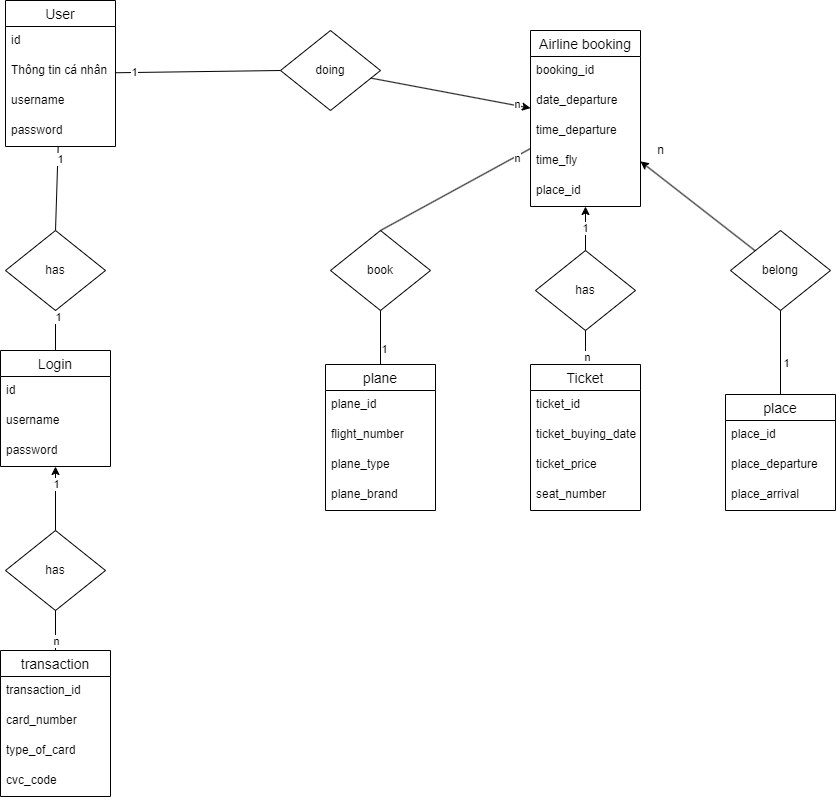
GumBox/CloudAirlineG8 keeps this draw.io diagram as Entity.drawio.png. Above is the earlier version. Source tidied: cells renumbered, new cells last; positions are measured from the earlier drawing's top-left corner, leaving out a move shared by most shapes.
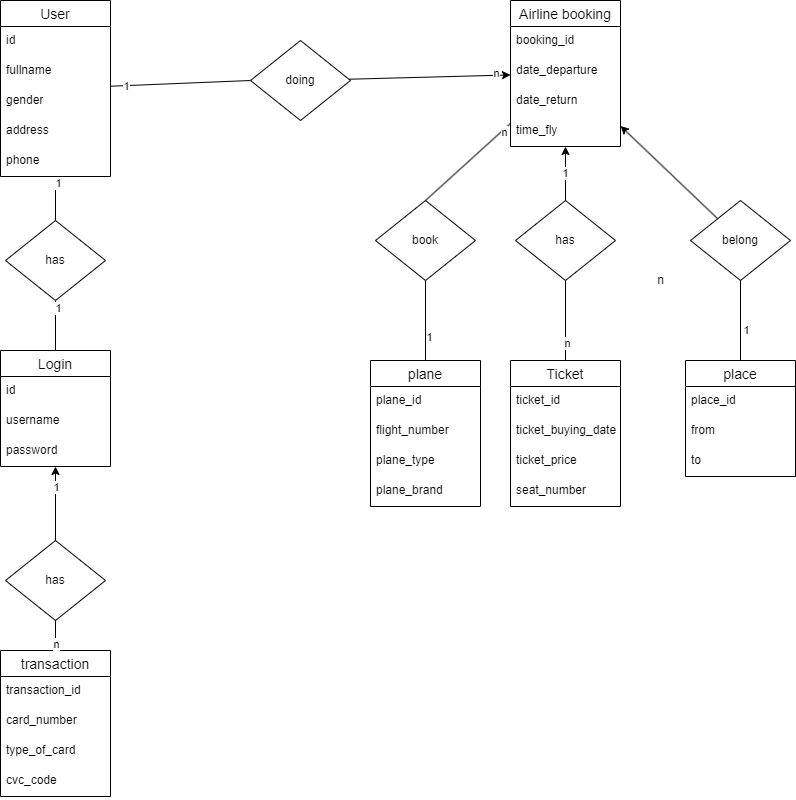
Later version of the same file.

The edit, as a diff of the source:
```diff
@@ -9,25 +9,28 @@
       <mxGeometry x="-0.77" relative="1" as="geometry" />
     </mxCell>
     <mxCell id="4" value="doing" style="rhombus;whiteSpace=wrap;html=1;" parent="1" vertex="1">
-      <mxGeometry x="280" y="30" width="100" height="80" as="geometry" />
+      <mxGeometry x="250" y="-90" width="100" height="80" as="geometry" />
     </mxCell>
     <mxCell id="5" value="User" style="swimlane;fontStyle=0;horizontal=1;startSize=26;align=center;fontSize=14;" parent="1" vertex="1">
-      <mxGeometry x="5" width="110" height="146" as="geometry" />
+      <mxGeometry y="-130" width="110" height="176" as="geometry" />
     </mxCell>
     <mxCell id="6" value="id " style="text;strokeColor=none;fillColor=none;spacingLeft=4;spacingRight=4;overflow=hidden;fontSize=12;" parent="5" vertex="1">
       <mxGeometry y="26" width="110" height="30" as="geometry" />
     </mxCell>
-    <mxCell id="7" value="Thông tin cá nhân" style="text;strokeColor=none;fillColor=none;spacingLeft=4;spacingRight=4;overflow=hidden;fontSize=12;" parent="5" vertex="1">
-      <mxGeometry y="56" width="110" height="30" as="geometry" />
-    </mxCell>
+    <mxCell id="65" value="fullname" style="text;strokeColor=none;fillColor=none;spacingLeft=4;spacingRight=4;overflow=hidden;fontSize=12;" parent="5" vertex="1">
+      <mxGeometry y="56" width="110" height="30" as="geometry" />
+    </mxCell>
-    <mxCell id="8" value="username" style="text;strokeColor=none;fillColor=none;spacingLeft=4;spacingRight=4;overflow=hidden;fontSize=12;" parent="5" vertex="1">
+    <mxCell id="8" value="gender" style="text;strokeColor=none;fillColor=none;spacingLeft=4;spacingRight=4;overflow=hidden;fontSize=12;" parent="5" vertex="1">
       <mxGeometry y="86" width="110" height="30" as="geometry" />
     </mxCell>
-    <mxCell id="9" value="password" style="text;strokeColor=none;fillColor=none;spacingLeft=4;spacingRight=4;overflow=hidden;fontSize=12;" parent="5" vertex="1">
+    <mxCell id="9" value="address" style="text;strokeColor=none;fillColor=none;spacingLeft=4;spacingRight=4;overflow=hidden;fontSize=12;" parent="5" vertex="1">
       <mxGeometry y="116" width="110" height="30" as="geometry" />
     </mxCell>
+    <mxCell id="66" value="phone" style="text;strokeColor=none;fillColor=none;spacingLeft=4;spacingRight=4;overflow=hidden;fontSize=12;" parent="5" vertex="1">
+      <mxGeometry y="146" width="110" height="30" as="geometry" />
+    </mxCell>
     <mxCell id="10" value="Airline booking" style="swimlane;fontStyle=0;horizontal=1;startSize=26;align=center;fontSize=14;" parent="1" vertex="1">
-      <mxGeometry x="530" y="30" width="110" height="176" as="geometry" />
+      <mxGeometry x="510" y="-130" width="110" height="146" as="geometry" />
     </mxCell>
     <mxCell id="11" value="booking_id" style="text;strokeColor=none;fillColor=none;spacingLeft=4;spacingRight=4;overflow=hidden;fontSize=12;" parent="10" vertex="1">
       <mxGeometry y="26" width="110" height="30" as="geometry" />
@@ -35,17 +38,14 @@
     <mxCell id="12" value="date_departure" style="text;strokeColor=none;fillColor=none;spacingLeft=4;spacingRight=4;overflow=hidden;fontSize=12;" parent="10" vertex="1">
       <mxGeometry y="56" width="110" height="30" as="geometry" />
     </mxCell>
-    <mxCell id="13" value="time_departure" style="text;strokeColor=none;fillColor=none;spacingLeft=4;spacingRight=4;overflow=hidden;fontSize=12;" parent="10" vertex="1">
+    <mxCell id="13" value="date_return" style="text;strokeColor=none;fillColor=none;spacingLeft=4;spacingRight=4;overflow=hidden;fontSize=12;" parent="10" vertex="1">
       <mxGeometry y="86" width="110" height="30" as="geometry" />
     </mxCell>
     <mxCell id="14" value="time_fly" style="text;strokeColor=none;fillColor=none;spacingLeft=4;spacingRight=4;overflow=hidden;fontSize=12;" parent="10" vertex="1">
       <mxGeometry y="116" width="110" height="30" as="geometry" />
     </mxCell>
-    <mxCell id="15" value="place_id" style="text;strokeColor=none;fillColor=none;spacingLeft=4;spacingRight=4;overflow=hidden;fontSize=12;" parent="10" vertex="1">
-      <mxGeometry y="146" width="110" height="30" as="geometry" />
-    </mxCell>
     <mxCell id="16" value="book" style="rhombus;whiteSpace=wrap;html=1;" parent="1" vertex="1">
-      <mxGeometry x="330" y="230" width="100" height="80" as="geometry" />
+      <mxGeometry x="375" y="70" width="100" height="80" as="geometry" />
     </mxCell>
     <mxCell id="17" style="endArrow=none;html=1;rounded=0;entryX=0.5;entryY=0;entryDx=0;entryDy=0;" parent="1" edge="1" source="10" target="16">
       <mxGeometry relative="1" as="geometry" />
@@ -54,7 +54,7 @@
       <mxGeometry x="-0.82" y="2" relative="1" as="geometry" />
     </mxCell>
     <mxCell id="19" value="Ticket" style="swimlane;fontStyle=0;horizontal=1;startSize=26;align=center;fontSize=14;" parent="1" vertex="1">
-      <mxGeometry x="530" y="364" width="110" height="146" as="geometry" />
+      <mxGeometry x="510" y="230" width="110" height="146" as="geometry" />
     </mxCell>
     <mxCell id="20" value="ticket_id" style="text;strokeColor=none;fillColor=none;spacingLeft=4;spacingRight=4;overflow=hidden;fontSize=12;" parent="19" vertex="1">
       <mxGeometry y="26" width="110" height="30" as="geometry" />
@@ -75,10 +75,10 @@
       <mxGeometry x="-0.72" y="2" relative="1" as="geometry" />
     </mxCell>
     <mxCell id="26" value="has" style="rhombus;whiteSpace=wrap;html=1;" parent="1" vertex="1">
-      <mxGeometry x="5" y="230" width="100" height="80" as="geometry" />
+      <mxGeometry x="5" y="90" width="100" height="80" as="geometry" />
     </mxCell>
     <mxCell id="27" value="Login" style="swimlane;fontStyle=0;horizontal=1;startSize=26;align=center;fontSize=14;" parent="1" vertex="1">
-      <mxGeometry y="350" width="110" height="116" as="geometry" />
+      <mxGeometry y="220" width="110" height="116" as="geometry" />
     </mxCell>
     <mxCell id="28" value="id" style="text;strokeColor=none;fillColor=none;spacingLeft=4;spacingRight=4;overflow=hidden;fontSize=12;" parent="27" vertex="1">
       <mxGeometry y="26" width="110" height="30" as="geometry" />
@@ -90,19 +90,19 @@
       <mxGeometry y="86" width="110" height="30" as="geometry" />
     </mxCell>
     <mxCell id="31" value="place" style="swimlane;fontStyle=0;horizontal=1;startSize=26;align=center;fontSize=14;" parent="1" vertex="1">
-      <mxGeometry x="725" y="394" width="110" height="116" as="geometry" />
+      <mxGeometry x="685" y="230" width="110" height="116" as="geometry" />
     </mxCell>
     <mxCell id="32" value="place_id" style="text;strokeColor=none;fillColor=none;spacingLeft=4;spacingRight=4;overflow=hidden;fontSize=12;" parent="31" vertex="1">
       <mxGeometry y="26" width="110" height="30" as="geometry" />
     </mxCell>
-    <mxCell id="33" value="place_departure" style="text;strokeColor=none;fillColor=none;spacingLeft=4;spacingRight=4;overflow=hidden;fontSize=12;" parent="31" vertex="1">
+    <mxCell id="33" value="from" style="text;strokeColor=none;fillColor=none;spacingLeft=4;spacingRight=4;overflow=hidden;fontSize=12;" parent="31" vertex="1">
       <mxGeometry y="56" width="110" height="30" as="geometry" />
     </mxCell>
-    <mxCell id="34" value="place_arrival" style="text;strokeColor=none;fillColor=none;spacingLeft=4;spacingRight=4;overflow=hidden;fontSize=12;" parent="31" vertex="1">
+    <mxCell id="34" value="to" style="text;strokeColor=none;fillColor=none;spacingLeft=4;spacingRight=4;overflow=hidden;fontSize=12;" parent="31" vertex="1">
       <mxGeometry y="86" width="110" height="30" as="geometry" />
     </mxCell>
     <mxCell id="35" value="plane" style="swimlane;fontStyle=0;horizontal=1;startSize=26;align=center;fontSize=14;" parent="1" vertex="1">
-      <mxGeometry x="325" y="364" width="110" height="146" as="geometry" />
+      <mxGeometry x="370" y="230" width="110" height="146" as="geometry" />
     </mxCell>
     <mxCell id="36" value="plane_id" style="text;strokeColor=none;fillColor=none;spacingLeft=4;spacingRight=4;overflow=hidden;fontSize=12;" parent="35" vertex="1">
       <mxGeometry y="26" width="110" height="30" as="geometry" />
@@ -123,10 +123,10 @@
       <mxGeometry x="0.41" y="3" relative="1" as="geometry" />
     </mxCell>
     <mxCell id="42" value="has" style="rhombus;whiteSpace=wrap;html=1;" parent="1" vertex="1">
-      <mxGeometry x="5" y="530" width="100" height="80" as="geometry" />
+      <mxGeometry x="5" y="410" width="100" height="80" as="geometry" />
     </mxCell>
     <mxCell id="43" value="transaction" style="swimlane;fontStyle=0;horizontal=1;startSize=26;align=center;fontSize=14;" parent="1" vertex="1">
-      <mxGeometry y="650" width="110" height="146" as="geometry" />
+      <mxGeometry y="520" width="110" height="146" as="geometry" />
     </mxCell>
     <mxCell id="44" value="transaction_id   &#10;" style="text;strokeColor=none;fillColor=none;spacingLeft=4;spacingRight=4;overflow=hidden;fontSize=12;" parent="43" vertex="1">
       <mxGeometry y="26" width="110" height="30" as="geometry" />
@@ -159,7 +159,7 @@
       <mxGeometry x="0.82" y="2" relative="1" as="geometry" />
     </mxCell>
     <mxCell id="54" value="has" style="rhombus;whiteSpace=wrap;html=1;" parent="1" vertex="1">
-      <mxGeometry x="535" y="250" width="100" height="80" as="geometry" />
+      <mxGeometry x="515" y="70" width="100" height="80" as="geometry" />
     </mxCell>
     <mxCell id="55" value="1" style="endArrow=classic;html=1;rounded=0;" parent="1" edge="1" source="54" target="10">
       <mxGeometry relative="1" as="geometry" />
@@ -171,7 +171,7 @@
       <mxGeometry x="0.56" y="1" relative="1" as="geometry" />
     </mxCell>
     <mxCell id="58" value="belong" style="rhombus;whiteSpace=wrap;html=1;" parent="1" vertex="1">
-      <mxGeometry x="730" y="230" width="100" height="80" as="geometry" />
+      <mxGeometry x="690" y="70" width="100" height="80" as="geometry" />
     </mxCell>
     <mxCell id="59" style="endArrow=classic;html=1;rounded=0;" parent="1" edge="1" source="58" target="10">
       <mxGeometry relative="1" as="geometry" />
```
